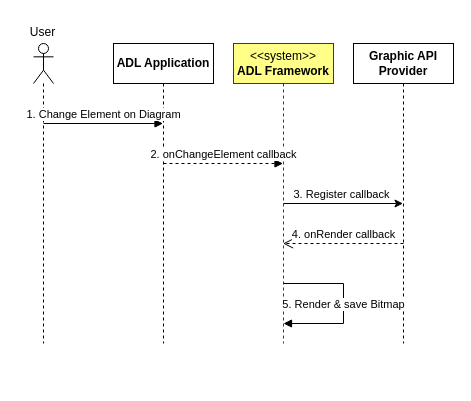
phunm211/SW-Associate-Architecture keeps this draw.io diagram as drawio/ImportADLfile.drawio. Above is the earlier version. Source tidied: cells renumbered, new cells numbered last; positions are measured from the earlier drawing's top-left corner, leaving out a move shared by most shapes. Both pictures are drawn from the tidied source at 100%, with x=0, y=0 at pixel (17, 17).
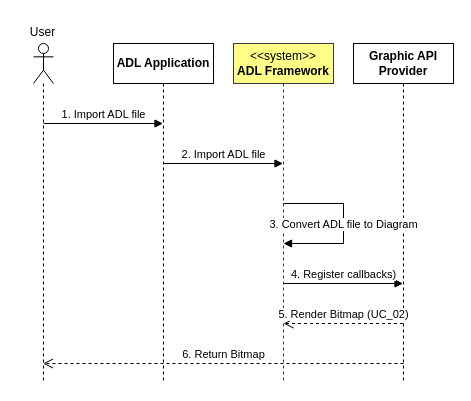
After the change.

Change to the diagram source:
```diff
@@
 <mxGraphModel>
   <root>
     <mxCell id="0" />
     <mxCell id="1" parent="0" />
     <mxCell id="2" style="shape=umlLifeline;perimeter=lifelinePerimeter;whiteSpace=wrap;html=1;newEdgeStyle={&quot;curved&quot;:0,&quot;rounded&quot;:0};participant=umlActor;" parent="1" vertex="1">
-      <mxGeometry x="16" y="26" width="20" height="300" as="geometry" />
+      <mxGeometry x="16" y="26" width="20" height="340" as="geometry" />
     </mxCell>
     <mxCell id="3" value="ADL Application" style="shape=umlLifeline;perimeter=lifelinePerimeter;whiteSpace=wrap;html=1;outlineConnect=0;portConstraint=eastwest;newEdgeStyle={&quot;curved&quot;:0,&quot;rounded&quot;:0};fontStyle=1;" parent="1" vertex="1">
-      <mxGeometry x="96" y="26" width="100" height="300" as="geometry" />
+      <mxGeometry x="96" y="26" width="100" height="340" as="geometry" />
     </mxCell>
     <mxCell id="4" value="&amp;lt;&amp;lt;system&amp;gt;&amp;gt;&lt;br&gt;&lt;b&gt;ADL Framework&lt;/b&gt;" style="shape=umlLifeline;perimeter=lifelinePerimeter;whiteSpace=wrap;html=1;outlineConnect=0;portConstraint=eastwest;newEdgeStyle={&quot;curved&quot;:0,&quot;rounded&quot;:0};fillColor=#ffff88;strokeColor=#36393d;" parent="1" vertex="1">
-      <mxGeometry x="216" y="26" width="100" height="300" as="geometry" />
+      <mxGeometry x="216" y="26" width="100" height="340" as="geometry" />
     </mxCell>
     <mxCell id="5" value="&lt;b&gt;Graphic API Provider&lt;/b&gt;" style="shape=umlLifeline;perimeter=lifelinePerimeter;whiteSpace=wrap;html=1;outlineConnect=0;portConstraint=eastwest;newEdgeStyle={&quot;curved&quot;:0,&quot;rounded&quot;:0};" parent="1" vertex="1">
-      <mxGeometry x="336" y="26" width="100" height="300" as="geometry" />
+      <mxGeometry x="336" y="26" width="100" height="340" as="geometry" />
     </mxCell>
     <mxCell id="6" value="User" style="text;html=1;align=center;verticalAlign=middle;strokeColor=none;fillColor=none;" parent="1" vertex="1">
       <mxGeometry width="50" height="30" as="geometry" />
     </mxCell>
-    <mxCell id="7" value="1. Change Element on Diagram" style="html=1;verticalAlign=bottom;endArrow=block;curved=0;rounded=0;" parent="1" edge="1" target="3">
+    <mxCell id="7" value="1. Import ADL file" style="html=1;verticalAlign=bottom;endArrow=block;curved=0;rounded=0;" parent="1" edge="1" target="3">
       <mxGeometry relative="1" as="geometry">
         <mxPoint x="26" y="106" as="sourcePoint" />
       </mxGeometry>
     </mxCell>
-    <mxCell id="8" value="2. onChangeElement callback" style="html=1;verticalAlign=bottom;endArrow=block;curved=0;rounded=0;dashed=1;" parent="1" edge="1" target="4">
+    <mxCell id="8" value="2. Import ADL file" style="html=1;verticalAlign=bottom;endArrow=block;curved=0;rounded=0;" parent="1" edge="1" target="4">
       <mxGeometry relative="1" as="geometry">
         <mxPoint x="146" y="146" as="sourcePoint" />
       </mxGeometry>
     </mxCell>
-    <mxCell id="9" value="5. Render &amp;amp; save Bitmap" style="html=1;verticalAlign=bottom;endArrow=block;rounded=0;edgeStyle=elbowEdgeStyle;" parent="1" edge="1">
+    <mxCell id="9" value="3. Convert ADL file to Diagram" style="html=1;verticalAlign=bottom;endArrow=block;rounded=0;edgeStyle=elbowEdgeStyle;" parent="1" edge="1">
       <mxGeometry x="0.12" relative="1" as="geometry">
-        <mxPoint x="266" y="266" as="sourcePoint" />
-        <mxPoint x="266" y="306" as="targetPoint" />
+        <mxPoint x="266" y="186" as="sourcePoint" />
+        <mxPoint x="266" y="226" as="targetPoint" />
         <Array as="points">
-          <mxPoint x="326" y="286" />
+          <mxPoint x="326" y="206" />
         </Array>
       </mxGeometry>
     </mxCell>
-    <mxCell id="10" style="endArrow=classic;html=1;rounded=0;" parent="1" edge="1" target="5">
-      <mxGeometry relative="1" as="geometry">
-        <mxPoint x="266" y="186" as="sourcePoint" />
-      </mxGeometry>
-    </mxCell>
-    <mxCell id="11" value="3. Register callback" style="edgeLabel;html=1;align=center;verticalAlign=middle;" parent="10" vertex="1">
-      <mxGeometry x="-0.04" y="-2" relative="1" as="geometry">
-        <mxPoint y="-12" as="offset" />
-      </mxGeometry>
-    </mxCell>
-    <mxCell id="12" value="4. onRender callback" style="html=1;verticalAlign=bottom;endArrow=open;dashed=1;endSize=8;curved=0;rounded=0;" parent="1" edge="1" target="4">
-      <mxGeometry relative="1" as="geometry">
-        <mxPoint x="386" y="226" as="sourcePoint" />
-      </mxGeometry>
-    </mxCell>
+    <mxCell id="13" value="4. Register callbacks)" style="html=1;verticalAlign=bottom;endArrow=block;curved=0;rounded=0;" parent="1" edge="1" target="5">
+      <mxGeometry relative="1" as="geometry">
+        <mxPoint x="266" y="266" as="sourcePoint" />
+      </mxGeometry>
+    </mxCell>
+    <mxCell id="14" value="6. Return Bitmap" style="html=1;verticalAlign=bottom;endArrow=open;dashed=1;endSize=8;curved=0;rounded=0;" parent="1" edge="1">
+      <mxGeometry relative="1" as="geometry">
+        <mxPoint x="386" y="346" as="sourcePoint" />
+        <mxPoint x="25.5" y="346" as="targetPoint" />
+      </mxGeometry>
+    </mxCell>
+    <mxCell id="15" value="5. Render Bitmap (UC_02)" style="html=1;verticalAlign=bottom;endArrow=open;dashed=1;endSize=8;curved=0;rounded=0;" parent="1" edge="1" source="5">
+      <mxGeometry relative="1" as="geometry">
+        <mxPoint x="266" y="306" as="targetPoint" />
+      </mxGeometry>
+    </mxCell>
   </root>
 </mxGraphModel>
```
